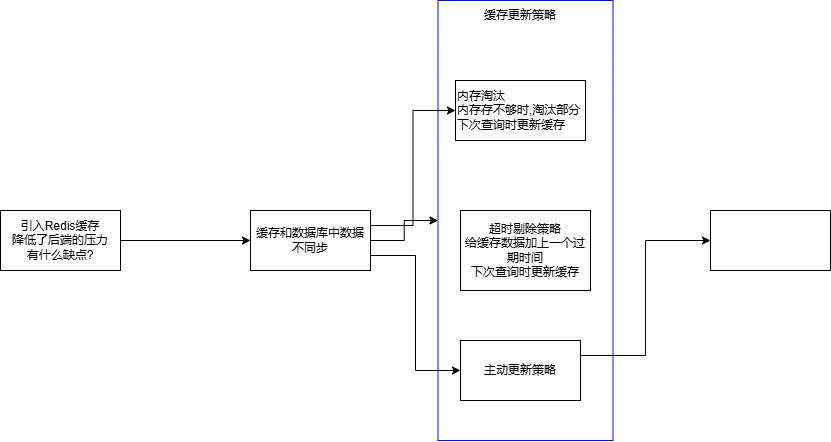
Earlier version of the draw.io export 缓存更新策略.drawio.png (yzhsuisuis/Hand-drawn-maps). Source tidied: cells renumbered, new cells last; positions are measured from the earlier drawing's top-left corner, leaving out a move shared by most shapes.
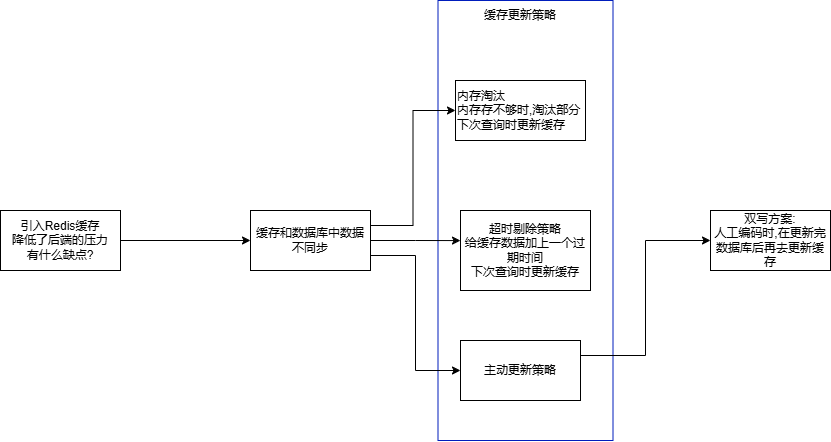
The same diagram one commit later.

Commit message:
更新缓存更新策略.drawio.png

Change to the diagram source:
```diff
@@ -14,9 +14,6 @@
     <mxCell id="5" style="edgeStyle=orthogonalEdgeStyle;rounded=0;jettySize=auto;html=1;exitX=1;exitY=0.25;exitDx=0;exitDy=0;entryX=0;entryY=0.5;entryDx=0;entryDy=0;" parent="1" edge="1" source="8" target="10">
       <mxGeometry relative="1" as="geometry" />
     </mxCell>
-    <mxCell id="6" style="edgeStyle=orthogonalEdgeStyle;rounded=0;jettySize=auto;html=1;exitX=1;exitY=0.5;exitDx=0;exitDy=0;" parent="1" edge="1" source="8" target="2">
-      <mxGeometry relative="1" as="geometry" />
-    </mxCell>
     <mxCell id="7" style="edgeStyle=orthogonalEdgeStyle;rounded=0;jettySize=auto;html=1;exitX=1;exitY=0.75;exitDx=0;exitDy=0;entryX=0;entryY=0.5;entryDx=0;entryDy=0;" parent="1" edge="1" source="8" target="12">
       <mxGeometry relative="1" as="geometry" />
     </mxCell>
@@ -38,8 +35,11 @@
     <mxCell id="13" value="缓存更新策略" style="text;strokeColor=none;align=center;fillColor=none;html=1;verticalAlign=middle;whiteSpace=wrap;rounded=0;" parent="1" vertex="1">
       <mxGeometry x="480" width="80" height="30" as="geometry" />
     </mxCell>
-    <mxCell id="14" style="whiteSpace=wrap;html=1;" parent="1" vertex="1">
+    <mxCell id="14" value="双写方案:&lt;div&gt;人工编码时,在更新完数据库后再去更新缓存&lt;/div&gt;" style="whiteSpace=wrap;html=1;" parent="1" vertex="1">
       <mxGeometry x="710" y="210" width="120" height="60" as="geometry" />
     </mxCell>
+    <mxCell id="15" style="edgeStyle=orthogonalEdgeStyle;rounded=0;jettySize=auto;html=1;exitX=1;exitY=0.5;exitDx=0;exitDy=0;entryX=0;entryY=0.376;entryDx=0;entryDy=0;entryPerimeter=0;" parent="1" edge="1" source="8" target="9">
+      <mxGeometry relative="1" as="geometry" />
+    </mxCell>
   </root>
 </mxGraphModel>
```
